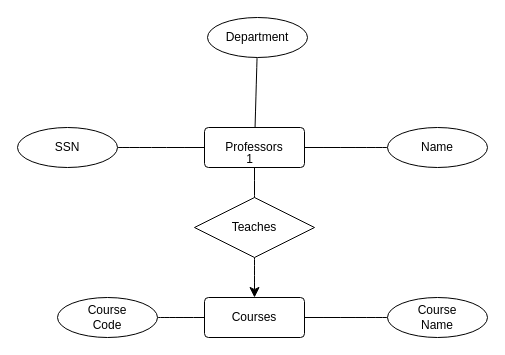
Earlier version of the draw.io diagram page "Q2_c" (3 of 6) of assign1_Q2.drawio (Krish-TT/DBMS-Lab-Course-MA2205). Source tidied: cells renumbered, new cells numbered last; positions are measured from the earlier drawing's top-left corner, leaving out a move shared by most shapes. Both pictures are drawn from the tidied source at 100%, with x=0, y=0 at pixel (17, 17).
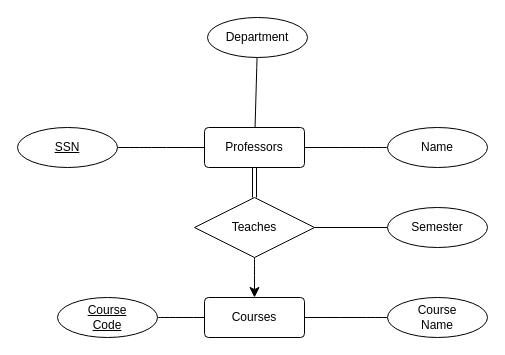
The same page after the edit.

Change to the diagram source:
```diff
@@
 <mxGraphModel>
   <root>
     <mxCell id="0" />
     <mxCell id="1" parent="0" />
     <mxCell id="2" value="Professors" style="rounded=1;arcSize=10;whiteSpace=wrap;html=1;align=center;" parent="1" vertex="1">
       <mxGeometry x="187" y="110" width="100" height="40" as="geometry" />
     </mxCell>
     <mxCell id="3" style="edgeStyle=none;curved=1;rounded=0;jettySize=auto;html=1;fontSize=12;startSize=8;endSize=8;endArrow=none;endFill=0;exitX=0;exitY=0.5;exitDx=0;exitDy=0;" parent="1" edge="1" source="6" target="2">
       <mxGeometry relative="1" as="geometry" />
     </mxCell>
     <mxCell id="4" style="edgeStyle=none;curved=1;rounded=0;jettySize=auto;html=1;fontSize=12;startSize=8;endSize=8;exitX=1;exitY=0.5;exitDx=0;exitDy=0;endArrow=none;endFill=0;" parent="1" edge="1" source="5" target="2">
       <mxGeometry relative="1" as="geometry" />
     </mxCell>
-    <mxCell id="5" value="SSN" style="ellipse;whiteSpace=wrap;html=1;align=center;" parent="1" vertex="1">
+    <mxCell id="5" value="&lt;u&gt;SSN&lt;/u&gt;" style="ellipse;whiteSpace=wrap;html=1;align=center;" parent="1" vertex="1">
       <mxGeometry y="110" width="100" height="40" as="geometry" />
     </mxCell>
     <mxCell id="6" value="Name" style="ellipse;whiteSpace=wrap;html=1;align=center;" parent="1" vertex="1">
       <mxGeometry x="370" y="110" width="100" height="40" as="geometry" />
     </mxCell>
     <mxCell id="7" style="edgeStyle=none;curved=1;rounded=0;jettySize=auto;html=1;fontSize=12;startSize=8;endSize=8;endArrow=none;endFill=0;" parent="1" edge="1" source="8" target="2">
       <mxGeometry relative="1" as="geometry" />
     </mxCell>
     <mxCell id="8" value="Department" style="ellipse;whiteSpace=wrap;html=1;align=center;" parent="1" vertex="1">
       <mxGeometry x="190" width="100" height="40" as="geometry" />
     </mxCell>
     <mxCell id="9" value="Courses" style="rounded=1;arcSize=10;whiteSpace=wrap;html=1;align=center;" parent="1" vertex="1">
       <mxGeometry x="187" y="280" width="100" height="40" as="geometry" />
     </mxCell>
     <mxCell id="10" style="edgeStyle=none;curved=1;rounded=0;jettySize=auto;html=1;exitX=0.5;exitY=1;exitDx=0;exitDy=0;entryX=0.5;entryY=0;entryDx=0;entryDy=0;fontSize=12;startSize=8;endSize=8;" parent="1" edge="1" source="11" target="9">
       <mxGeometry relative="1" as="geometry" />
     </mxCell>
     <mxCell id="11" value="Teaches" style="shape=rhombus;perimeter=rhombusPerimeter;whiteSpace=wrap;html=1;align=center;" parent="1" vertex="1">
       <mxGeometry x="177" y="180" width="120" height="60" as="geometry" />
     </mxCell>
-    <mxCell id="12" style="endArrow=none;html=1;rounded=0;fontSize=12;startSize=8;endSize=8;curved=1;exitX=0.5;exitY=0;exitDx=0;exitDy=0;entryX=0.5;entryY=1;entryDx=0;entryDy=0;" parent="1" edge="1" source="11" target="2">
-      <mxGeometry relative="1" as="geometry" />
-    </mxCell>
-    <mxCell id="13" value="1" style="html=1;whiteSpace=wrap;align=right;verticalAlign=bottom;" parent="12" vertex="1">
-      <mxGeometry x="1" relative="1" as="geometry" />
-    </mxCell>
     <mxCell id="14" style="edgeStyle=none;curved=1;rounded=0;jettySize=auto;html=1;fontSize=12;startSize=8;endSize=8;endArrow=none;endFill=0;" parent="1" edge="1" source="15" target="9">
       <mxGeometry relative="1" as="geometry" />
     </mxCell>
     <mxCell id="15" value="&lt;div&gt;Course&lt;/div&gt;Name" style="ellipse;whiteSpace=wrap;html=1;align=center;" parent="1" vertex="1">
       <mxGeometry x="370" y="280" width="100" height="40" as="geometry" />
     </mxCell>
     <mxCell id="16" style="edgeStyle=none;curved=1;rounded=0;jettySize=auto;html=1;fontSize=12;startSize=8;endSize=8;endArrow=none;endFill=0;" parent="1" edge="1" source="17" target="9">
       <mxGeometry relative="1" as="geometry" />
     </mxCell>
-    <mxCell id="17" value="Course&lt;div&gt;Code&lt;/div&gt;" style="ellipse;whiteSpace=wrap;html=1;align=center;" parent="1" vertex="1">
+    <mxCell id="17" value="&lt;u&gt;Course&lt;/u&gt;&lt;div&gt;&lt;u&gt;Code&lt;/u&gt;&lt;/div&gt;" style="ellipse;whiteSpace=wrap;html=1;align=center;" parent="1" vertex="1">
       <mxGeometry x="40" y="280" width="100" height="40" as="geometry" />
     </mxCell>
+    <mxCell id="18" style="shape=link;html=1;rounded=0;exitX=0.5;exitY=1;exitDx=0;exitDy=0;" parent="1" edge="1" source="2" target="11">
+      <mxGeometry relative="1" as="geometry" />
+    </mxCell>
+    <mxCell id="19" style="edgeStyle=orthogonalEdgeStyle;rounded=0;jettySize=auto;html=1;endArrow=none;endFill=0;" parent="1" edge="1" source="20" target="11">
+      <mxGeometry relative="1" as="geometry" />
+    </mxCell>
+    <mxCell id="20" value="Semester" style="ellipse;whiteSpace=wrap;html=1;align=center;" parent="1" vertex="1">
+      <mxGeometry x="370" y="190" width="100" height="40" as="geometry" />
+    </mxCell>
   </root>
 </mxGraphModel>
```
